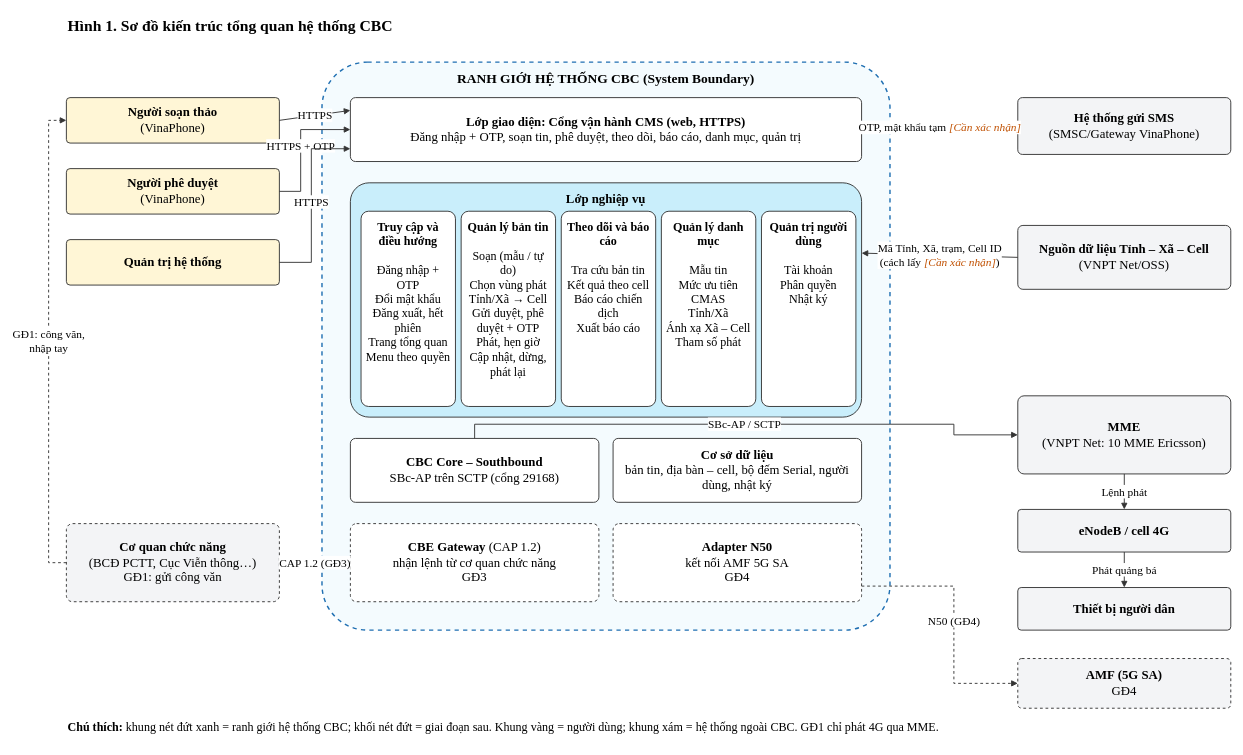
This is page "SRS-H1 Kiến trúc tổng quan" (1 of 4) of srs/CBC_SRS_so-do.drawio from yenanna0804/cbc-demo, a draw.io file, before an edit. Source tidied: cells renumbered, new cells numbered last; positions are measured from the earlier drawing's top-left corner, leaving out a move shared by most shapes. Both pictures are drawn from the tidied source at 71%, with x=0, y=0 at pixel (48, 12).
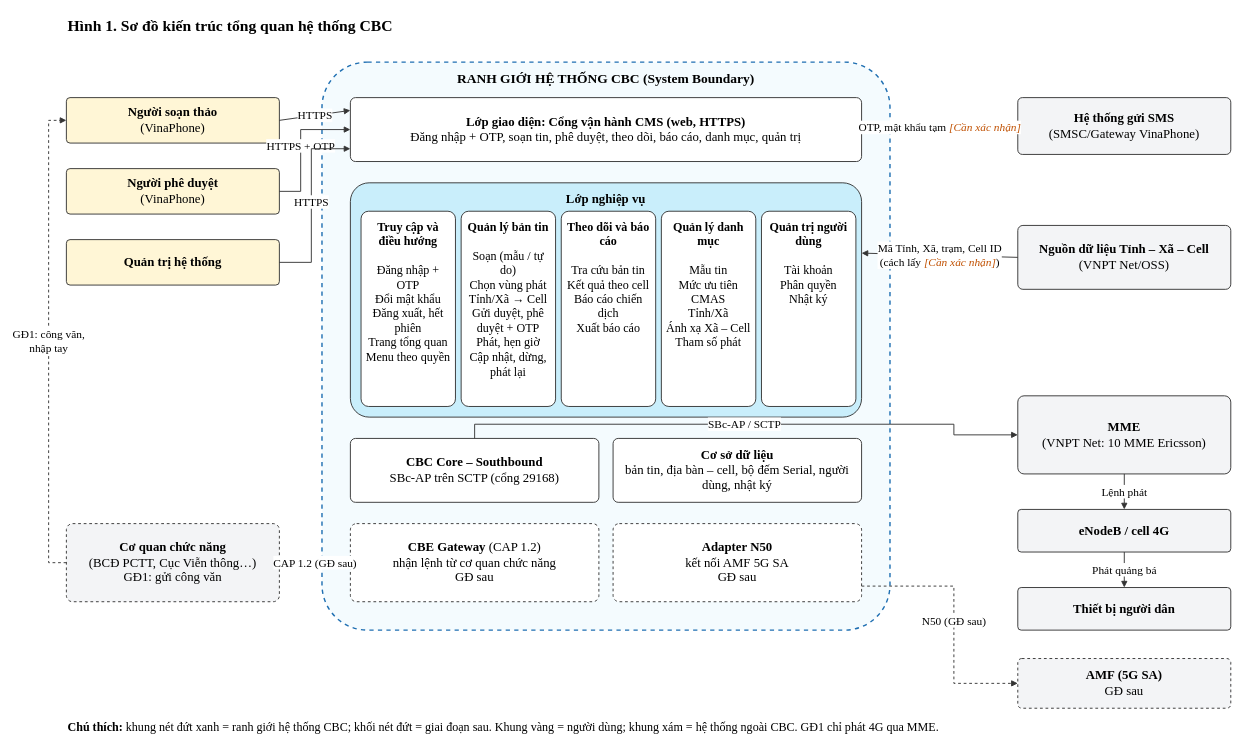
The same diagram, later.

The change refers to these unchanged cells:
```xml
<mxCell id="18" value="&lt;b&gt;Cơ quan chức năng&lt;/b&gt;&lt;br&gt;(BCĐ PCTT, Cục Viễn thông…)&lt;br&gt;GĐ1: gửi công văn" style="rounded=1;arcSize=8;whiteSpace=wrap;html=1;fontFamily=Times New Roman;fontSize=18;fillColor=#F3F4F6;strokeColor=#333333;strokeWidth=1.3;align=center;verticalAlign=middle;spacing=8;dashed=1;" parent="1" vertex="1">
  <mxGeometry x="25" y="720" width="300" height="110" as="geometry" />
</mxCell>
```

Diff of the diagram source:
```diff
@@
-    <mxCell id="13" value="&lt;b&gt;CBE Gateway&lt;/b&gt; (CAP 1.2)&lt;br&gt;nhận lệnh từ cơ quan chức năng&lt;br&gt;GĐ3" style="rounded=1;arcSize=8;whiteSpace=wrap;html=1;fontFamily=Times New Roman;fontSize=18;fillColor=#FFFFFF;strokeColor=#333333;strokeWidth=1.3;align=center;verticalAlign=middle;spacing=8;dashed=1;" parent="1" vertex="1">
+    <mxCell id="13" value="&lt;b&gt;CBE Gateway&lt;/b&gt; (CAP 1.2)&lt;br&gt;nhận lệnh từ cơ quan chức năng&lt;br&gt;GĐ sau" style="rounded=1;arcSize=8;whiteSpace=wrap;html=1;fontFamily=Times New Roman;fontSize=18;fillColor=#FFFFFF;strokeColor=#333333;strokeWidth=1.3;align=center;verticalAlign=middle;spacing=8;dashed=1;" parent="1" vertex="1">
       <mxGeometry x="425" y="720" width="350" height="110" as="geometry" />
     </mxCell>
-    <mxCell id="14" value="&lt;b&gt;Adapter N50&lt;/b&gt;&lt;br&gt;kết nối AMF 5G SA&lt;br&gt;GĐ4" style="rounded=1;arcSize=8;whiteSpace=wrap;html=1;fontFamily=Times New Roman;fontSize=18;fillColor=#FFFFFF;strokeColor=#333333;strokeWidth=1.3;align=center;verticalAlign=middle;spacing=8;dashed=1;" parent="1" vertex="1">
+    <mxCell id="14" value="&lt;b&gt;Adapter N50&lt;/b&gt;&lt;br&gt;kết nối AMF 5G SA&lt;br&gt;GĐ sau" style="rounded=1;arcSize=8;whiteSpace=wrap;html=1;fontFamily=Times New Roman;fontSize=18;fillColor=#FFFFFF;strokeColor=#333333;strokeWidth=1.3;align=center;verticalAlign=middle;spacing=8;dashed=1;" parent="1" vertex="1">
       <mxGeometry x="795" y="720" width="350" height="110" as="geometry" />
     </mxCell>
@@
-    <mxCell id="23" value="CAP 1.2 (GĐ3)" style="html=1;fontFamily=Times New Roman;fontSize=16;endArrow=block;startArrow=none;endFill=1;strokeColor=#333333;strokeWidth=1.3;labelBackgroundColor=#FFFFFF;rounded=0;dashed=1;exitX=1;exitY=0.5;exitDx=0;exitDy=0;entryX=0;entryY=0.5;entryDx=0;entryDy=0;" parent="1" edge="1" source="18" target="13">
+    <mxCell id="23" value="CAP 1.2 (GĐ sau)" style="html=1;fontFamily=Times New Roman;fontSize=16;endArrow=block;startArrow=none;endFill=1;strokeColor=#333333;strokeWidth=1.3;labelBackgroundColor=#FFFFFF;rounded=0;dashed=1;exitX=1;exitY=0.5;exitDx=0;exitDy=0;entryX=0;entryY=0.5;entryDx=0;entryDy=0;" parent="1" edge="1" source="18" target="13">
       <mxGeometry relative="1" as="geometry" />
     </mxCell>
@@
-    <mxCell id="27" value="&lt;b&gt;AMF (5G SA)&lt;/b&gt;&lt;br&gt;GĐ4" style="rounded=1;arcSize=8;whiteSpace=wrap;html=1;fontFamily=Times New Roman;fontSize=18;fillColor=#F3F4F6;strokeColor=#333333;strokeWidth=1.3;align=center;verticalAlign=middle;spacing=8;dashed=1;" parent="1" vertex="1">
+    <mxCell id="27" value="&lt;b&gt;AMF (5G SA)&lt;/b&gt;&lt;br&gt;GĐ sau" style="rounded=1;arcSize=8;whiteSpace=wrap;html=1;fontFamily=Times New Roman;fontSize=18;fillColor=#F3F4F6;strokeColor=#333333;strokeWidth=1.3;align=center;verticalAlign=middle;spacing=8;dashed=1;" parent="1" vertex="1">
       <mxGeometry x="1365" y="910" width="300" height="70" as="geometry" />
     </mxCell>
@@
-    <mxCell id="35" value="N50 (GĐ4)" style="html=1;fontFamily=Times New Roman;fontSize=16;endArrow=block;startArrow=none;endFill=1;strokeColor=#333333;strokeWidth=1.3;labelBackgroundColor=#FFFFFF;rounded=0;dashed=1;exitX=1;exitY=0.8;exitDx=0;exitDy=0;entryX=0;entryY=0.5;entryDx=0;entryDy=0;" parent="1" edge="1" source="14" target="27">
+    <mxCell id="35" value="N50 (GĐ sau)" style="html=1;fontFamily=Times New Roman;fontSize=16;endArrow=block;startArrow=none;endFill=1;strokeColor=#333333;strokeWidth=1.3;labelBackgroundColor=#FFFFFF;rounded=0;dashed=1;exitX=1;exitY=0.8;exitDx=0;exitDy=0;entryX=0;entryY=0.5;entryDx=0;entryDy=0;" parent="1" edge="1" source="14" target="27">
       <mxGeometry relative="1" as="geometry">
         <Array as="points">
           <mxPoint x="1275" y="808" />
           <mxPoint x="1275" y="945" />
         </Array>
       </mxGeometry>
     </mxCell>
```
